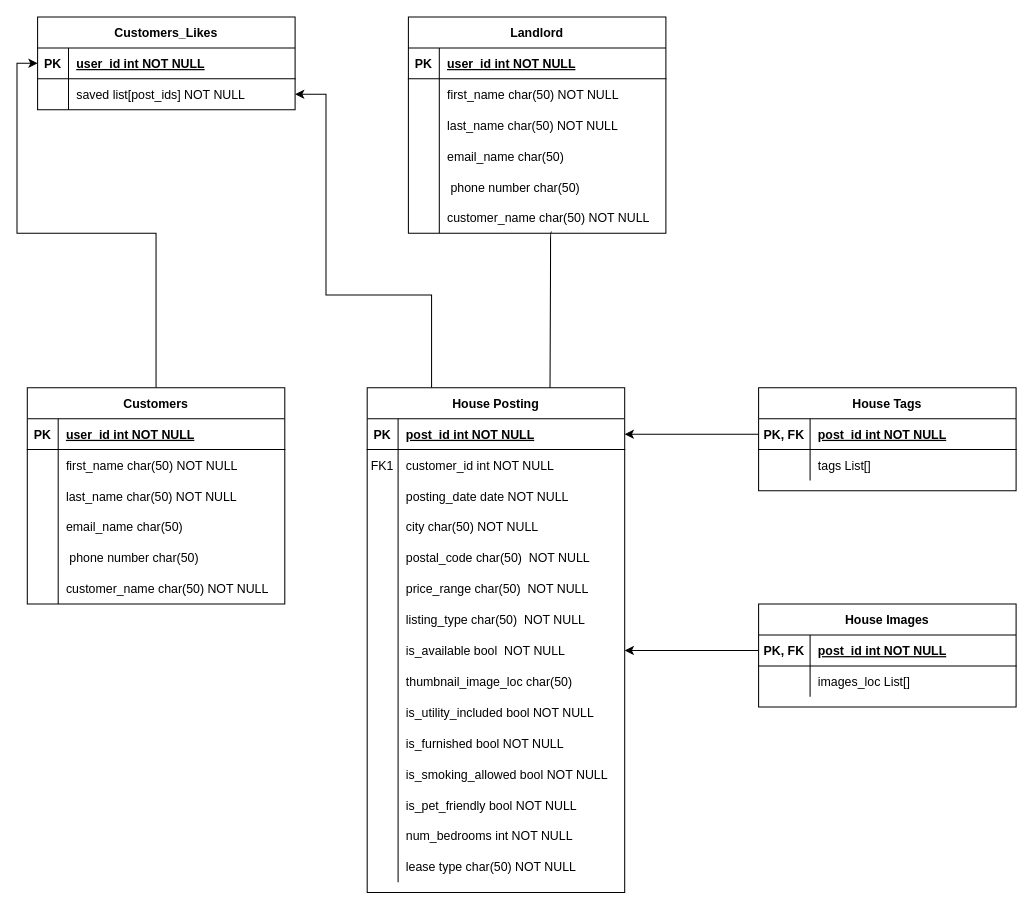
Before: erd.drawio in 4AsianNerds/HouseSearch, a draw.io diagram. Source tidied: cells renumbered, new cells numbered last; positions are measured from the earlier drawing's top-left corner, leaving out a move shared by most shapes. Both pictures are drawn from the tidied source at 103%, with x=0, y=0 at pixel (27, 16).
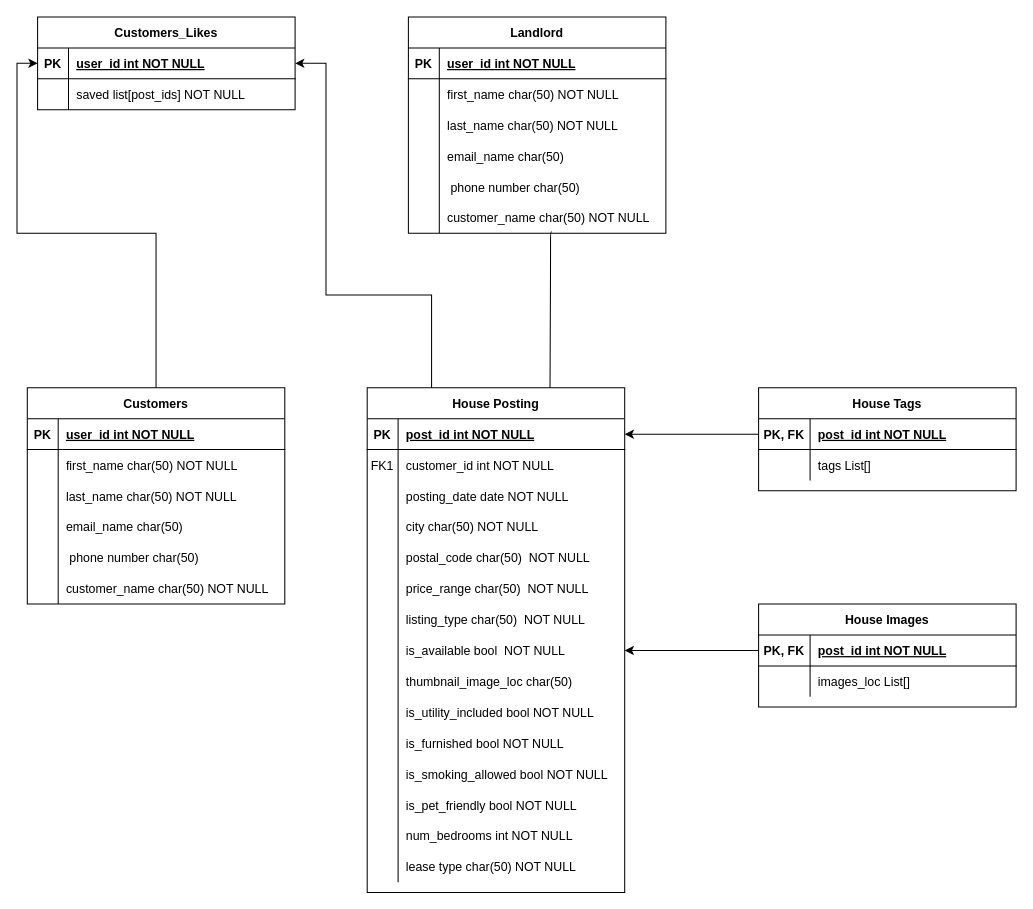
The same page after the edit.

The change refers to these unchanged cells:
```xml
<mxCell id="4" value="House Posting" style="shape=table;startSize=30;childLayout=tableLayout;rowLines=0;fontStyle=1;align=center;" parent="1" vertex="1">
  <mxGeometry x="330" y="360" width="250" height="490" as="geometry" />
</mxCell>
<mxCell id="106" style="shape=partialRectangle;fillColor=none;points=[[0,0.5],[1,0.5]];portConstraint=eastwest;top=0;left=0;right=0;bottom=1;" parent="105" vertex="1">
  <mxGeometry y="30" width="250" height="30" as="geometry" />
</mxCell>
<mxCell id="109" style="shape=partialRectangle;fillColor=none;points=[[0,0.5],[1,0.5]];portConstraint=eastwest;top=0;left=0;right=0;bottom=0;" parent="105" vertex="1">
  <mxGeometry y="60" width="250" height="30" as="geometry" />
</mxCell>
```

What changed in the source:
```diff
@@
-    <mxCell id="3" style="edgeStyle=orthogonalEdgeStyle;rounded=0;jettySize=auto;html=1;exitX=0.25;exitY=0;exitDx=0;exitDy=0;" parent="1" edge="1" source="4" target="109">
+    <mxCell id="3" style="edgeStyle=orthogonalEdgeStyle;rounded=0;jettySize=auto;html=1;exitX=0.25;exitY=0;exitDx=0;exitDy=0;entryX=1;entryY=0.5;entryDx=0;entryDy=0;" parent="1" edge="1" source="4" target="106">
       <mxGeometry relative="1" as="geometry">
         <Array as="points">
           <mxPoint x="393" y="270" />
           <mxPoint x="290" y="270" />
-          <mxPoint x="290" y="75" />
+          <mxPoint x="290" y="45" />
         </Array>
       </mxGeometry>
     </mxCell>
```
